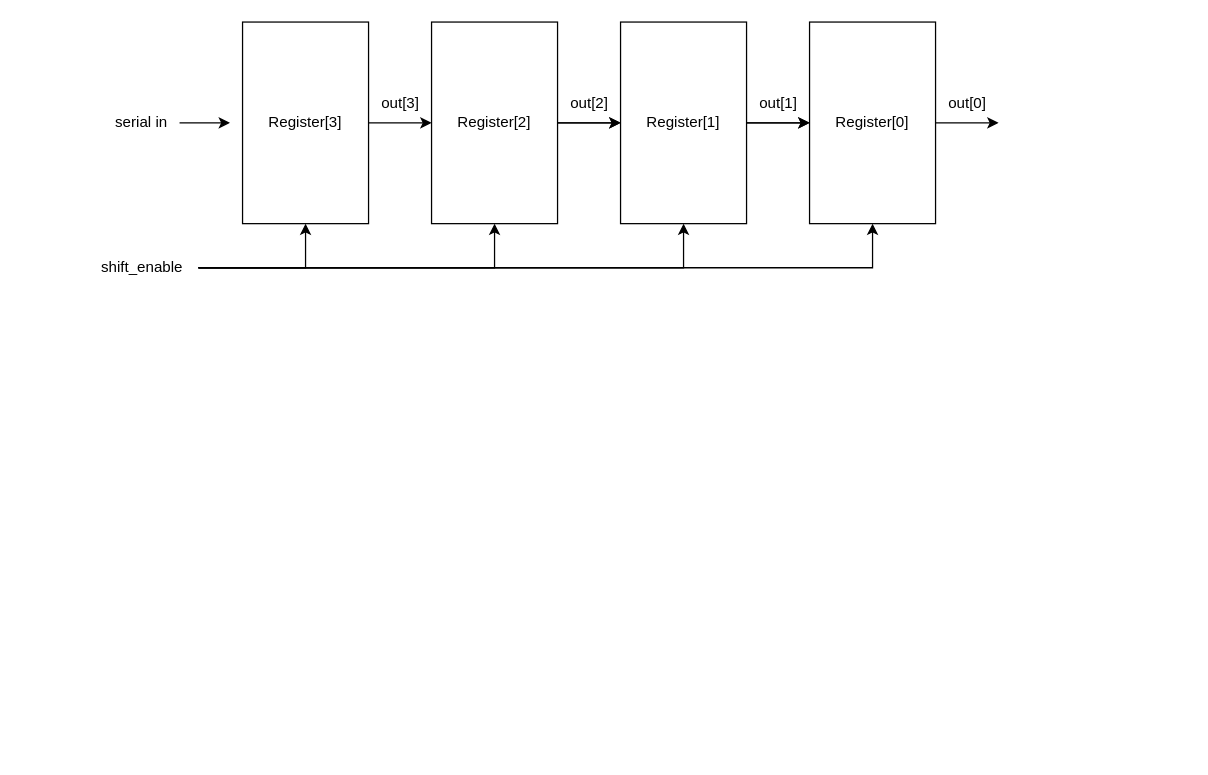
Before: lab4-register.drawio in Charvles/ECE337, a draw.io diagram. Source tidied: cells renumbered, new cells numbered last; positions are measured from the earlier drawing's top-left corner, leaving out a move shared by most shapes. Both pictures are drawn from the tidied source at 126%, with x=0, y=0 at pixel (84, 21).
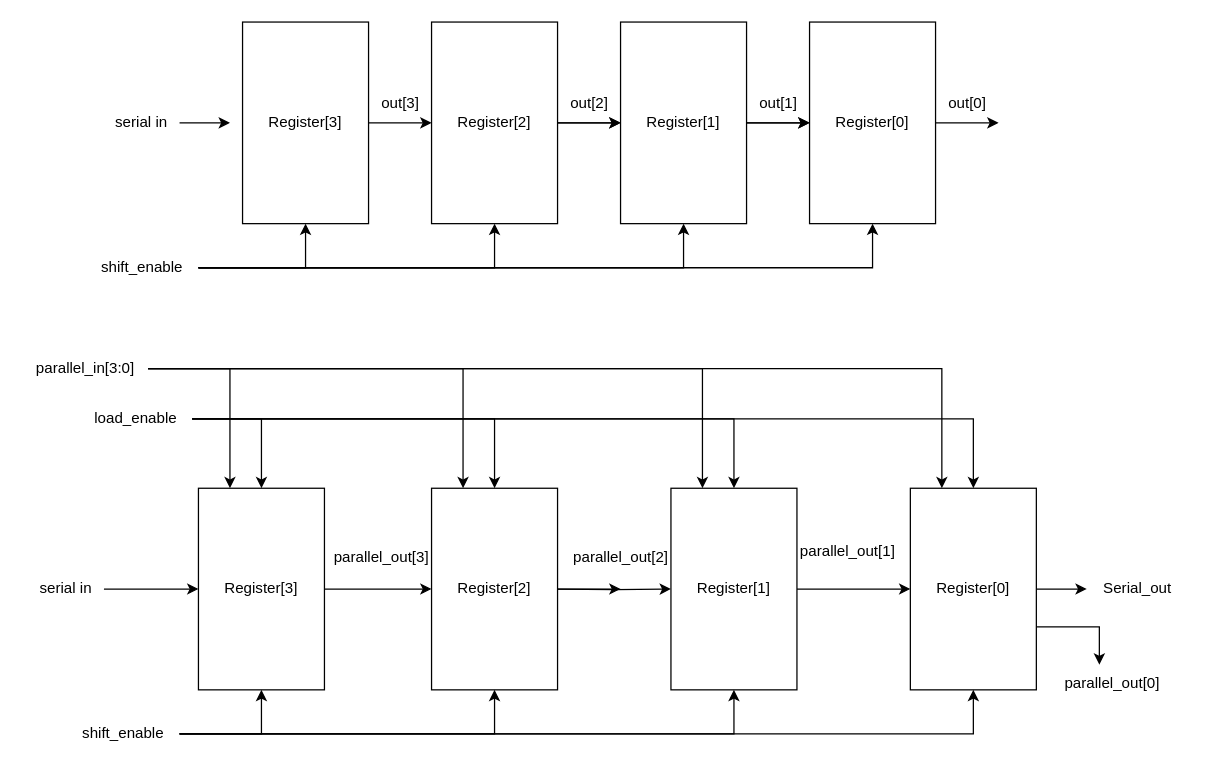
The same diagram, later.

The edit, as a diff of the source:
```diff
@@
+    <mxCell id="23" style="edgeStyle=orthogonalEdgeStyle;rounded=0;jettySize=auto;html=1;" parent="1" edge="1" source="24">
+      <mxGeometry relative="1" as="geometry">
+        <mxPoint x="275" y="450" as="targetPoint" />
+      </mxGeometry>
+    </mxCell>
+    <mxCell id="24" value="Register[3]" style="rounded=0;whiteSpace=wrap;html=1;" parent="1" vertex="1">
+      <mxGeometry x="90" y="370" width="100" height="160" as="geometry" />
+    </mxCell>
+    <mxCell id="25" value="serial in" style="text;html=1;align=center;verticalAlign=middle;whiteSpace=wrap;rounded=0;" parent="1" vertex="1">
+      <mxGeometry x="-45" y="435" width="60" height="30" as="geometry" />
+    </mxCell>
+    <mxCell id="26" style="edgeStyle=orthogonalEdgeStyle;rounded=0;jettySize=auto;html=1;entryX=0;entryY=0.5;entryDx=0;entryDy=0;" parent="1" edge="1" source="25" target="24">
+      <mxGeometry relative="1" as="geometry" />
+    </mxCell>
+    <mxCell id="27" style="edgeStyle=orthogonalEdgeStyle;rounded=0;jettySize=auto;html=1;" parent="1" edge="1" source="28">
+      <mxGeometry relative="1" as="geometry">
+        <mxPoint x="425" y="450" as="targetPoint" />
+      </mxGeometry>
+    </mxCell>
+    <mxCell id="28" value="Register[2]" style="rounded=0;whiteSpace=wrap;html=1;" parent="1" vertex="1">
+      <mxGeometry x="275" y="370" width="100" height="160" as="geometry" />
+    </mxCell>
+    <mxCell id="29" value="parallel_out[0]" style="text;html=1;align=center;verticalAlign=middle;strokeColor=none;fillColor=none;" parent="1" vertex="1">
+      <mxGeometry x="765" y="510" width="100" height="30" as="geometry" />
+    </mxCell>
+    <mxCell id="30" style="edgeStyle=orthogonalEdgeStyle;rounded=0;jettySize=auto;html=1;entryX=0;entryY=0.5;entryDx=0;entryDy=0;" parent="1" edge="1" target="32">
+      <mxGeometry relative="1" as="geometry">
+        <mxPoint x="375" y="450" as="sourcePoint" />
+      </mxGeometry>
+    </mxCell>
+    <mxCell id="31" style="edgeStyle=orthogonalEdgeStyle;rounded=0;jettySize=auto;html=1;entryX=0;entryY=0.5;entryDx=0;entryDy=0;" parent="1" edge="1" source="32" target="36">
+      <mxGeometry relative="1" as="geometry" />
+    </mxCell>
+    <mxCell id="32" value="Register[1]" style="rounded=0;whiteSpace=wrap;html=1;" parent="1" vertex="1">
+      <mxGeometry x="465" y="370" width="100" height="160" as="geometry" />
+    </mxCell>
+    <mxCell id="33" value="parallel_out[1]" style="text;html=1;align=center;verticalAlign=middle;strokeColor=none;fillColor=none;" parent="1" vertex="1">
+      <mxGeometry x="555" y="405" width="100" height="30" as="geometry" />
+    </mxCell>
+    <mxCell id="34" style="edgeStyle=orthogonalEdgeStyle;rounded=0;jettySize=auto;html=1;" parent="1" edge="1" source="36">
+      <mxGeometry relative="1" as="geometry">
+        <mxPoint x="795" y="450" as="targetPoint" />
+      </mxGeometry>
+    </mxCell>
+    <mxCell id="35" style="edgeStyle=orthogonalEdgeStyle;rounded=0;jettySize=auto;html=1;" parent="1" edge="1" source="36">
+      <mxGeometry relative="1" as="geometry">
+        <mxPoint x="805" y="510" as="targetPoint" />
+        <Array as="points">
+          <mxPoint x="755" y="480" />
+          <mxPoint x="755" y="480" />
+        </Array>
+      </mxGeometry>
+    </mxCell>
+    <mxCell id="36" value="Register[0]" style="rounded=0;whiteSpace=wrap;html=1;" parent="1" vertex="1">
+      <mxGeometry x="655" y="370" width="100" height="160" as="geometry" />
+    </mxCell>
+    <mxCell id="37" value="parallel_out[2]" style="text;html=1;align=center;verticalAlign=middle;strokeColor=none;fillColor=none;" parent="1" vertex="1">
+      <mxGeometry x="375" y="410" width="100" height="30" as="geometry" />
+    </mxCell>
+    <mxCell id="38" value="parallel_out[3]" style="text;html=1;align=center;verticalAlign=middle;strokeColor=none;fillColor=none;" parent="1" vertex="1">
+      <mxGeometry x="185" y="410" width="100" height="30" as="geometry" />
+    </mxCell>
+    <mxCell id="39" style="edgeStyle=orthogonalEdgeStyle;rounded=0;jettySize=auto;html=1;entryX=0.5;entryY=1;entryDx=0;entryDy=0;" parent="1" edge="1" source="43" target="28">
+      <mxGeometry relative="1" as="geometry" />
+    </mxCell>
+    <mxCell id="40" style="edgeStyle=orthogonalEdgeStyle;rounded=0;jettySize=auto;html=1;entryX=0.5;entryY=1;entryDx=0;entryDy=0;" parent="1" edge="1" source="43" target="32">
+      <mxGeometry relative="1" as="geometry" />
+    </mxCell>
+    <mxCell id="41" style="edgeStyle=orthogonalEdgeStyle;rounded=0;jettySize=auto;html=1;entryX=0.5;entryY=1;entryDx=0;entryDy=0;" parent="1" edge="1" source="43" target="36">
+      <mxGeometry relative="1" as="geometry" />
+    </mxCell>
+    <mxCell id="42" style="edgeStyle=orthogonalEdgeStyle;rounded=0;jettySize=auto;html=1;entryX=0.5;entryY=1;entryDx=0;entryDy=0;" parent="1" edge="1" source="43" target="24">
+      <mxGeometry relative="1" as="geometry">
+        <Array as="points">
+          <mxPoint x="140" y="565" />
+        </Array>
+      </mxGeometry>
+    </mxCell>
+    <mxCell id="43" value="shift_enable" style="text;html=1;align=center;verticalAlign=middle;points=[];strokeColor=none;fillColor=none;" parent="1" vertex="1">
+      <mxGeometry x="-15" y="550" width="90" height="30" as="geometry" />
+    </mxCell>
+    <mxCell id="44" style="edgeStyle=orthogonalEdgeStyle;rounded=0;jettySize=auto;html=1;entryX=0.5;entryY=0;entryDx=0;entryDy=0;" parent="1" edge="1" source="48" target="28">
+      <mxGeometry relative="1" as="geometry" />
+    </mxCell>
+    <mxCell id="45" style="edgeStyle=orthogonalEdgeStyle;rounded=0;jettySize=auto;html=1;entryX=0.5;entryY=0;entryDx=0;entryDy=0;" parent="1" edge="1" source="48" target="32">
+      <mxGeometry relative="1" as="geometry" />
+    </mxCell>
+    <mxCell id="46" style="edgeStyle=orthogonalEdgeStyle;rounded=0;jettySize=auto;html=1;entryX=0.5;entryY=0;entryDx=0;entryDy=0;" parent="1" edge="1" source="48" target="36">
+      <mxGeometry relative="1" as="geometry" />
+    </mxCell>
+    <mxCell id="47" style="edgeStyle=orthogonalEdgeStyle;rounded=0;jettySize=auto;html=1;entryX=0.5;entryY=0;entryDx=0;entryDy=0;" parent="1" edge="1" source="48" target="24">
+      <mxGeometry relative="1" as="geometry">
+        <Array as="points">
+          <mxPoint x="140" y="315" />
+        </Array>
+      </mxGeometry>
+    </mxCell>
+    <mxCell id="48" value="load_enable" style="text;html=1;align=center;verticalAlign=middle;points=[];strokeColor=none;fillColor=none;" parent="1" vertex="1">
+      <mxGeometry x="-5" y="300" width="90" height="30" as="geometry" />
+    </mxCell>
+    <mxCell id="49" style="edgeStyle=orthogonalEdgeStyle;rounded=0;jettySize=auto;html=1;entryX=0.25;entryY=0;entryDx=0;entryDy=0;" parent="1" edge="1" source="53" target="28">
+      <mxGeometry relative="1" as="geometry" />
+    </mxCell>
+    <mxCell id="50" style="edgeStyle=orthogonalEdgeStyle;rounded=0;jettySize=auto;html=1;entryX=0.25;entryY=0;entryDx=0;entryDy=0;" parent="1" edge="1" source="53" target="32">
+      <mxGeometry relative="1" as="geometry" />
+    </mxCell>
+    <mxCell id="51" style="edgeStyle=orthogonalEdgeStyle;rounded=0;jettySize=auto;html=1;entryX=0.25;entryY=0;entryDx=0;entryDy=0;" parent="1" edge="1" source="53" target="36">
+      <mxGeometry relative="1" as="geometry" />
+    </mxCell>
+    <mxCell id="52" style="edgeStyle=orthogonalEdgeStyle;rounded=0;jettySize=auto;html=1;entryX=0.25;entryY=0;entryDx=0;entryDy=0;" parent="1" edge="1" source="53" target="24">
+      <mxGeometry relative="1" as="geometry">
+        <Array as="points">
+          <mxPoint x="115" y="275" />
+        </Array>
+      </mxGeometry>
+    </mxCell>
+    <mxCell id="53" value="parallel_in[3:0]" style="text;html=1;align=center;verticalAlign=middle;points=[];strokeColor=none;fillColor=none;" parent="1" vertex="1">
+      <mxGeometry x="-50" y="260" width="100" height="30" as="geometry" />
+    </mxCell>
+    <mxCell id="54" value="Serial_out" style="text;html=1;align=center;verticalAlign=middle;strokeColor=none;fillColor=none;" parent="1" vertex="1">
+      <mxGeometry x="795" y="435" width="80" height="30" as="geometry" />
+    </mxCell>
```
